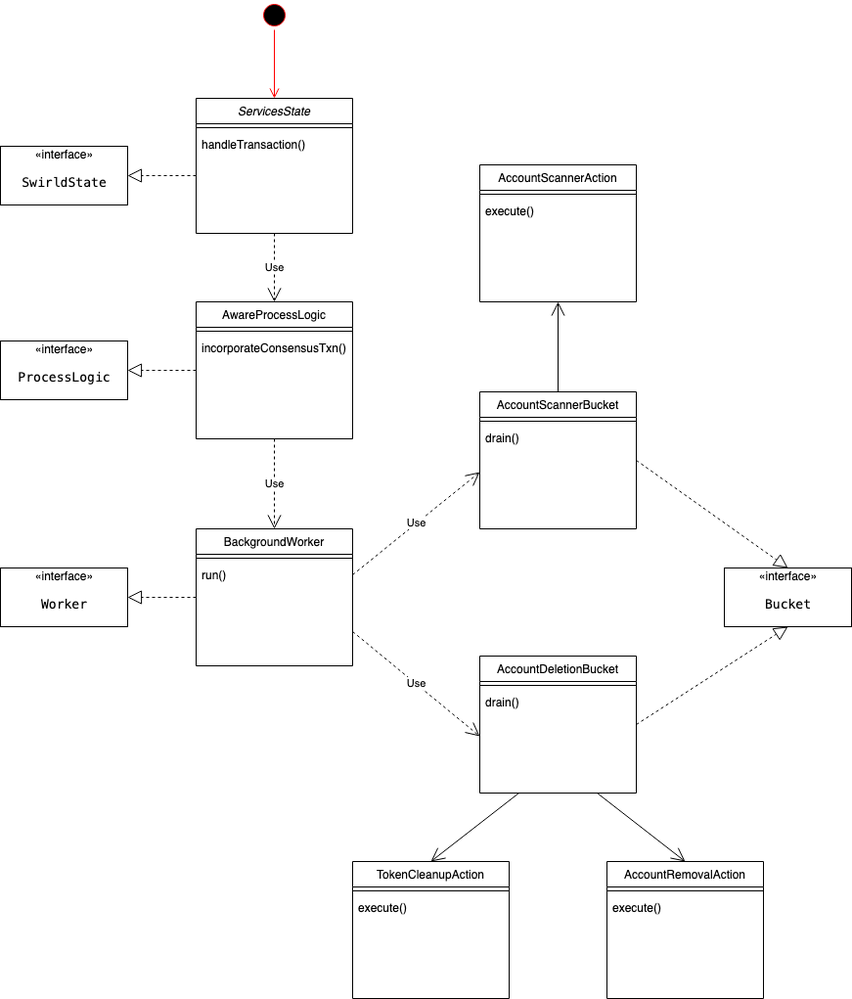
Earlier version of the draw.io export docs/expiry-and-auto-renewal/images/design_class_diagram.png (hashgraph/hedera-services). Source tidied: cells renumbered, new cells last; positions are measured from the earlier drawing's top-left corner, leaving out a move shared by most shapes.
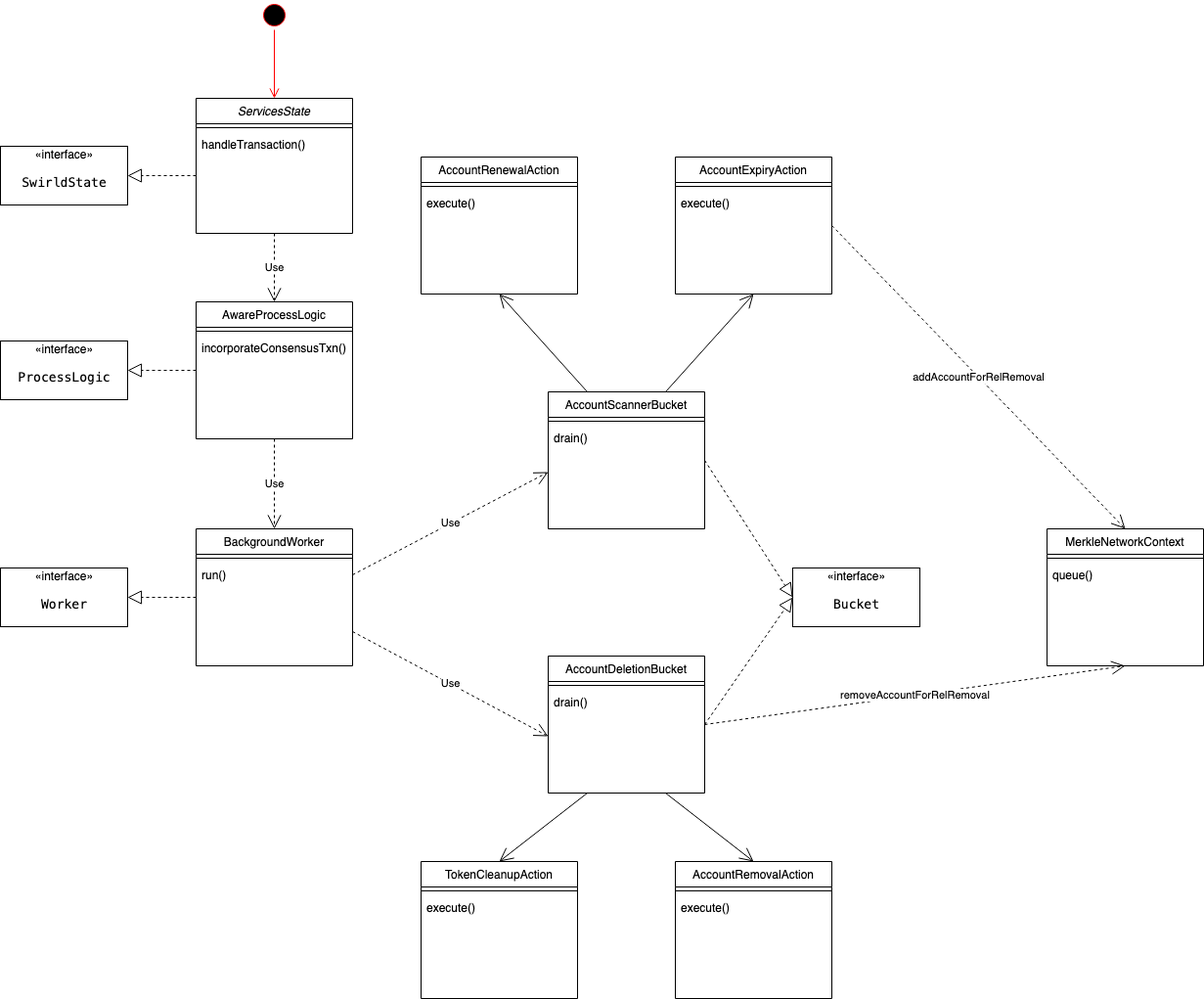
After the change.

Commit message:
+ expiry/renewal design doc

Diff of the diagram source:
```diff
@@ -60,7 +60,7 @@
       <mxGeometry relative="1" as="geometry" />
     </mxCell>
     <mxCell id="19" value="AccountDeletionBucket" style="swimlane;fontStyle=0;align=center;verticalAlign=top;horizontal=1;startSize=26;rounded=0;shadow=0;strokeWidth=1;" parent="1" vertex="1">
-      <mxGeometry x="490" y="670" width="160" height="140" as="geometry" />
+      <mxGeometry x="560" y="670" width="160" height="140" as="geometry" />
     </mxCell>
     <mxCell id="20" style="line;html=1;strokeWidth=1;align=left;verticalAlign=middle;spacingTop=-1;spacingLeft=3;spacingRight=3;labelPosition=right;" parent="19" vertex="1">
       <mxGeometry y="26" width="160" height="8" as="geometry" />
@@ -72,7 +72,7 @@
       <mxGeometry relative="1" as="geometry" />
     </mxCell>
     <mxCell id="23" value="AccountRemovalAction" style="swimlane;fontStyle=0;align=center;verticalAlign=top;horizontal=1;startSize=26;rounded=0;shadow=0;strokeWidth=1;" parent="1" vertex="1">
-      <mxGeometry x="620" y="880" width="160" height="140" as="geometry" />
+      <mxGeometry x="690" y="880" width="160" height="140" as="geometry" />
     </mxCell>
     <mxCell id="24" style="line;html=1;strokeWidth=1;align=left;verticalAlign=middle;spacingTop=-1;spacingLeft=3;spacingRight=3;labelPosition=right;" parent="23" vertex="1">
       <mxGeometry y="26" width="160" height="8" as="geometry" />
@@ -84,7 +84,7 @@
       <mxGeometry relative="1" as="geometry" />
     </mxCell>
     <mxCell id="27" value="TokenCleanupAction" style="swimlane;fontStyle=0;align=center;verticalAlign=top;horizontal=1;startSize=26;rounded=0;shadow=0;strokeWidth=1;" parent="1" vertex="1">
-      <mxGeometry x="360" y="880" width="160" height="140" as="geometry" />
+      <mxGeometry x="430" y="880" width="160" height="140" as="geometry" />
     </mxCell>
     <mxCell id="28" style="line;html=1;strokeWidth=1;align=left;verticalAlign=middle;spacingTop=-1;spacingLeft=3;spacingRight=3;labelPosition=right;" parent="27" vertex="1">
       <mxGeometry y="26" width="160" height="8" as="geometry" />
@@ -96,7 +96,7 @@
       <mxGeometry relative="1" as="geometry" />
     </mxCell>
     <mxCell id="31" value="AccountScannerBucket" style="swimlane;fontStyle=0;align=center;verticalAlign=top;horizontal=1;startSize=26;rounded=0;shadow=0;strokeWidth=1;" parent="1" vertex="1">
-      <mxGeometry x="490" y="400" width="160" height="140" as="geometry" />
+      <mxGeometry x="560" y="400" width="160" height="140" as="geometry" />
     </mxCell>
     <mxCell id="32" style="line;html=1;strokeWidth=1;align=left;verticalAlign=middle;spacingTop=-1;spacingLeft=3;spacingRight=3;labelPosition=right;" parent="31" vertex="1">
       <mxGeometry y="26" width="160" height="8" as="geometry" />
@@ -117,16 +117,16 @@
       <mxGeometry relative="1" as="geometry" />
     </mxCell>
     <mxCell id="37" value="«interface»&lt;br&gt;&lt;pre style=&quot;background-color: #ffffff ; color: #000000 ; font-family: &amp;#34;jetbrains mono&amp;#34; , monospace ; font-size: 9.8pt&quot;&gt;Bucket&lt;/pre&gt;" style="html=1;" parent="1" vertex="1">
-      <mxGeometry x="740" y="580" width="130" height="60" as="geometry" />
+      <mxGeometry x="810" y="580" width="130" height="60" as="geometry" />
     </mxCell>
-    <mxCell id="38" style="endArrow=block;dashed=1;endFill=0;endSize=12;html=1;exitX=1;exitY=0.5;exitDx=0;exitDy=0;entryX=0.5;entryY=1;entryDx=0;entryDy=0;" parent="1" edge="1" source="19" target="37">
+    <mxCell id="38" style="endArrow=block;dashed=1;endFill=0;endSize=12;html=1;exitX=1;exitY=0.5;exitDx=0;exitDy=0;entryX=0;entryY=0.5;entryDx=0;entryDy=0;" parent="1" edge="1" source="19" target="37">
       <mxGeometry relative="1" as="geometry" />
     </mxCell>
-    <mxCell id="39" style="endArrow=block;dashed=1;endFill=0;endSize=12;html=1;exitX=1;exitY=0.5;exitDx=0;exitDy=0;entryX=0.5;entryY=0;entryDx=0;entryDy=0;" parent="1" edge="1" source="31" target="37">
+    <mxCell id="39" style="endArrow=block;dashed=1;endFill=0;endSize=12;html=1;exitX=1;exitY=0.5;exitDx=0;exitDy=0;entryX=0;entryY=0.5;entryDx=0;entryDy=0;" parent="1" edge="1" source="31" target="37">
       <mxGeometry relative="1" as="geometry" />
     </mxCell>
-    <mxCell id="40" value="AccountScannerAction" style="swimlane;fontStyle=0;align=center;verticalAlign=top;horizontal=1;startSize=26;rounded=0;shadow=0;strokeWidth=1;" parent="1" vertex="1">
-      <mxGeometry x="490" y="168" width="160" height="140" as="geometry" />
+    <mxCell id="40" value="AccountRenewalAction" style="swimlane;fontStyle=0;align=center;verticalAlign=top;horizontal=1;startSize=26;rounded=0;shadow=0;strokeWidth=1;" parent="1" vertex="1">
+      <mxGeometry x="430" y="160" width="160" height="140" as="geometry" />
     </mxCell>
     <mxCell id="41" style="line;html=1;strokeWidth=1;align=left;verticalAlign=middle;spacingTop=-1;spacingLeft=3;spacingRight=3;labelPosition=right;" parent="40" vertex="1">
       <mxGeometry y="26" width="160" height="8" as="geometry" />
@@ -134,8 +134,37 @@
     <mxCell id="42" value="execute()" style="text;align=left;verticalAlign=top;spacingLeft=4;spacingRight=4;overflow=hidden;" parent="40" vertex="1">
       <mxGeometry y="34" width="160" height="96" as="geometry" />
     </mxCell>
-    <mxCell id="43" style="endArrow=open;endFill=1;endSize=12;html=1;entryX=0.5;entryY=1;entryDx=0;entryDy=0;exitX=0.5;exitY=0;exitDx=0;exitDy=0;" parent="1" edge="1" source="31" target="40">
+    <mxCell id="43" style="endArrow=open;endFill=1;endSize=12;html=1;entryX=0.5;entryY=1;entryDx=0;entryDy=0;exitX=0.25;exitY=0;exitDx=0;exitDy=0;" parent="1" edge="1" source="31" target="40">
       <mxGeometry relative="1" as="geometry" />
     </mxCell>
+    <mxCell id="44" value="AccountExpiryAction" style="swimlane;fontStyle=0;align=center;verticalAlign=top;horizontal=1;startSize=26;rounded=0;shadow=0;strokeWidth=1;" parent="1" vertex="1">
+      <mxGeometry x="690" y="160" width="160" height="140" as="geometry" />
+    </mxCell>
+    <mxCell id="45" style="line;html=1;strokeWidth=1;align=left;verticalAlign=middle;spacingTop=-1;spacingLeft=3;spacingRight=3;labelPosition=right;" parent="44" vertex="1">
+      <mxGeometry y="26" width="160" height="8" as="geometry" />
+    </mxCell>
+    <mxCell id="46" value="execute()" style="text;align=left;verticalAlign=top;spacingLeft=4;spacingRight=4;overflow=hidden;" parent="44" vertex="1">
+      <mxGeometry y="34" width="160" height="96" as="geometry" />
+    </mxCell>
+    <mxCell id="47" style="endArrow=open;endFill=1;endSize=12;html=1;exitX=0.75;exitY=0;exitDx=0;exitDy=0;" parent="1" edge="1" source="31">
+      <mxGeometry relative="1" as="geometry">
+        <mxPoint x="770" y="300" as="targetPoint" />
+      </mxGeometry>
+    </mxCell>
+    <mxCell id="48" value="MerkleNetworkContext" style="swimlane;fontStyle=0;align=center;verticalAlign=top;horizontal=1;startSize=26;rounded=0;shadow=0;strokeWidth=1;" parent="1" vertex="1">
+      <mxGeometry x="1070" y="540" width="160" height="140" as="geometry" />
+    </mxCell>
+    <mxCell id="49" style="line;html=1;strokeWidth=1;align=left;verticalAlign=middle;spacingTop=-1;spacingLeft=3;spacingRight=3;labelPosition=right;" parent="48" vertex="1">
+      <mxGeometry y="26" width="160" height="8" as="geometry" />
+    </mxCell>
+    <mxCell id="50" value="queue()" style="text;align=left;verticalAlign=top;spacingLeft=4;spacingRight=4;overflow=hidden;" parent="48" vertex="1">
+      <mxGeometry y="34" width="160" height="26" as="geometry" />
+    </mxCell>
+    <mxCell id="51" value="addAccountForRelRemoval" style="endArrow=open;endSize=12;dashed=1;html=1;exitX=1;exitY=0.5;exitDx=0;exitDy=0;entryX=0.5;entryY=0;entryDx=0;entryDy=0;" parent="1" edge="1" source="44" target="48">
+      <mxGeometry relative="1" as="geometry" />
+    </mxCell>
+    <mxCell id="52" value="removeAccountForRelRemoval" style="endArrow=open;endSize=12;dashed=1;html=1;entryX=0.5;entryY=1;entryDx=0;entryDy=0;exitX=1;exitY=0.375;exitDx=0;exitDy=0;exitPerimeter=0;" parent="1" edge="1" source="21" target="48">
+      <mxGeometry relative="1" as="geometry" />
+    </mxCell>
   </root>
 </mxGraphModel>
```
